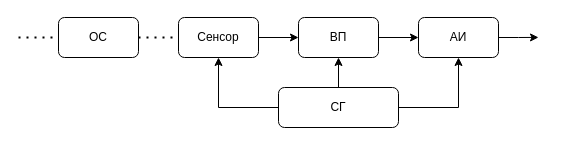
This is Pictures_and_diagrams/img_proc_pipeline.drawio from Radiophantom/master_yoda, a draw.io file, before an edit. Source tidied: cells renumbered, new cells numbered last; positions are measured from the earlier drawing's top-left corner, leaving out a move shared by most shapes. Both pictures are drawn from the tidied source at 100%, with x=0, y=0 at pixel (18, 17).
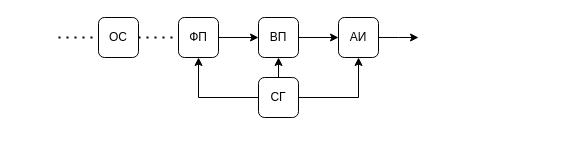
The same diagram, later.

Change to the diagram source:
```diff
@@
 <mxGraphModel>
   <root>
     <mxCell id="0" />
     <mxCell id="1" parent="0" />
     <mxCell id="2" value="ОС" style="rounded=1;whiteSpace=wrap;html=1;" parent="1" vertex="1">
-      <mxGeometry x="40" width="80" height="40" as="geometry" />
+      <mxGeometry x="80" width="40" height="40" as="geometry" />
     </mxCell>
     <mxCell id="3" style="edgeStyle=orthogonalEdgeStyle;rounded=0;jettySize=auto;html=1;exitX=1;exitY=0.5;exitDx=0;exitDy=0;entryX=0;entryY=0.5;entryDx=0;entryDy=0;" parent="1" edge="1" source="4" target="6">
       <mxGeometry relative="1" as="geometry" />
     </mxCell>
-    <mxCell id="4" value="Сенсор" style="rounded=1;whiteSpace=wrap;html=1;" parent="1" vertex="1">
-      <mxGeometry x="160" width="80" height="40" as="geometry" />
+    <mxCell id="4" value="ФП" style="rounded=1;whiteSpace=wrap;html=1;" parent="1" vertex="1">
+      <mxGeometry x="160" width="40" height="40" as="geometry" />
     </mxCell>
     <mxCell id="5" style="edgeStyle=orthogonalEdgeStyle;rounded=0;jettySize=auto;html=1;exitX=1;exitY=0.5;exitDx=0;exitDy=0;entryX=0;entryY=0.5;entryDx=0;entryDy=0;" parent="1" edge="1" source="6" target="12">
       <mxGeometry relative="1" as="geometry" />
     </mxCell>
     <mxCell id="6" value="ВП" style="rounded=1;whiteSpace=wrap;html=1;" parent="1" vertex="1">
-      <mxGeometry x="280" width="80" height="40" as="geometry" />
+      <mxGeometry x="240" width="40" height="40" as="geometry" />
     </mxCell>
     <mxCell id="7" style="edgeStyle=orthogonalEdgeStyle;rounded=0;jettySize=auto;html=1;exitX=0.5;exitY=0;exitDx=0;exitDy=0;entryX=0.5;entryY=1;entryDx=0;entryDy=0;" parent="1" edge="1" source="10" target="6">
       <mxGeometry relative="1" as="geometry" />
     </mxCell>
     <mxCell id="8" style="edgeStyle=orthogonalEdgeStyle;rounded=0;jettySize=auto;html=1;exitX=1;exitY=0.5;exitDx=0;exitDy=0;entryX=0.5;entryY=1;entryDx=0;entryDy=0;" parent="1" edge="1" source="10" target="12">
       <mxGeometry relative="1" as="geometry" />
     </mxCell>
     <mxCell id="9" style="edgeStyle=orthogonalEdgeStyle;rounded=0;jettySize=auto;html=1;exitX=0;exitY=0.5;exitDx=0;exitDy=0;entryX=0.5;entryY=1;entryDx=0;entryDy=0;" parent="1" edge="1" source="10" target="4">
       <mxGeometry relative="1" as="geometry" />
     </mxCell>
     <mxCell id="10" value="СГ" style="rounded=1;whiteSpace=wrap;html=1;" parent="1" vertex="1">
-      <mxGeometry x="260" y="70" width="120" height="40" as="geometry" />
+      <mxGeometry x="240" y="60" width="40" height="40" as="geometry" />
     </mxCell>
     <mxCell id="11" style="edgeStyle=orthogonalEdgeStyle;rounded=0;jettySize=auto;html=1;exitX=1;exitY=0.5;exitDx=0;exitDy=0;" parent="1" edge="1" source="12">
       <mxGeometry relative="1" as="geometry">
-        <mxPoint x="520" y="19.9" as="targetPoint" />
+        <mxPoint x="400" y="20" as="targetPoint" />
       </mxGeometry>
     </mxCell>
     <mxCell id="12" value="АИ" style="rounded=1;whiteSpace=wrap;html=1;" parent="1" vertex="1">
-      <mxGeometry x="400" width="80" height="40" as="geometry" />
+      <mxGeometry x="320" width="40" height="40" as="geometry" />
     </mxCell>
     <mxCell id="13" style="endArrow=none;dashed=1;html=1;dashPattern=1 3;strokeWidth=2;entryX=0;entryY=0.5;entryDx=0;entryDy=0;" parent="1" edge="1" target="2">
       <mxGeometry relative="1" as="geometry">
-        <mxPoint y="20" as="sourcePoint" />
+        <mxPoint x="40" y="20" as="sourcePoint" />
       </mxGeometry>
     </mxCell>
     <mxCell id="14" style="endArrow=none;dashed=1;html=1;dashPattern=1 3;strokeWidth=2;exitX=1;exitY=0.5;exitDx=0;exitDy=0;entryX=0;entryY=0.5;entryDx=0;entryDy=0;" parent="1" edge="1" source="2" target="4">
       <mxGeometry relative="1" as="geometry" />
     </mxCell>
   </root>
 </mxGraphModel>
```
